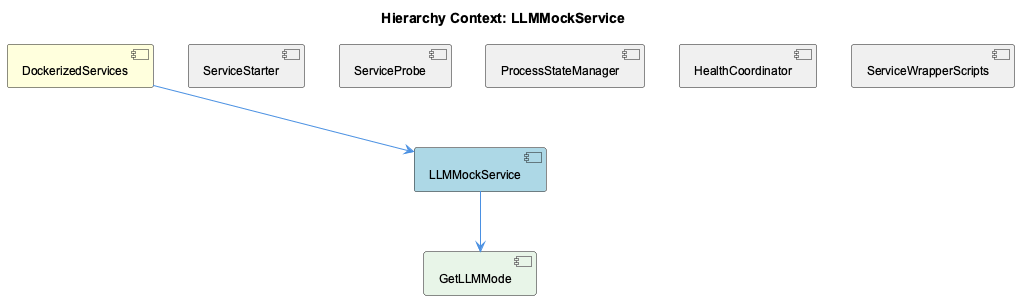
This is knowledge-management/insights/images/llmmock-service-relationship.png from fwornle/coding, a PlantUML export, as it was before one commit. Source of this version:
```plantuml
@startuml
!include _standard-style.puml

title Hierarchy Context: LLMMockService

[DockerizedServices] as dockerized_services #FFFFDD
[LLMMockService] as llmmock_service #LightBlue
[ServiceStarter] as service_starter #F0F0F0
[ServiceProbe] as service_probe #F0F0F0
[ProcessStateManager] as process_state_manager #F0F0F0
[HealthCoordinator] as health_coordinator #F0F0F0
[ServiceWrapperScripts] as service_wrapper_scripts #F0F0F0
[GetLLMMode] as get_llmmode #E8F5E8

dockerized_services --> llmmock_service
service_starter -[hidden]- llmmock_service
service_probe -[hidden]- llmmock_service
process_state_manager -[hidden]- llmmock_service
health_coordinator -[hidden]- llmmock_service
service_wrapper_scripts -[hidden]- llmmock_service
llmmock_service --> get_llmmode

@enduml
```
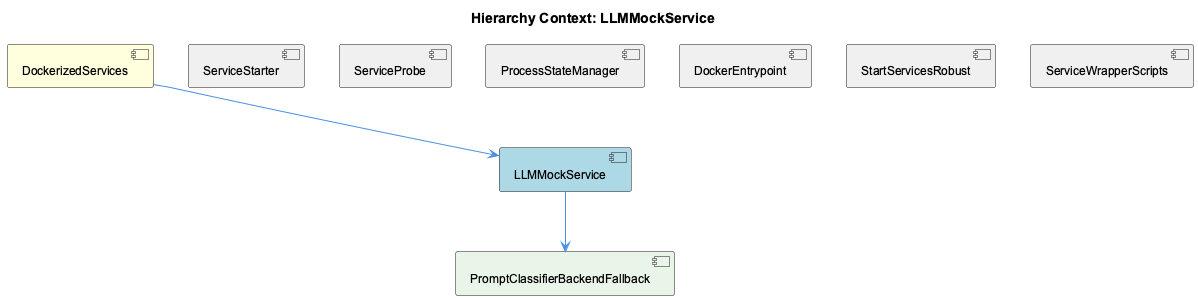
The same diagram one commit later.

Diff of the diagram source:
```diff
@@ -8,16 +8,18 @@
 [ServiceStarter] as service_starter #F0F0F0
 [ServiceProbe] as service_probe #F0F0F0
 [ProcessStateManager] as process_state_manager #F0F0F0
-[HealthCoordinator] as health_coordinator #F0F0F0
+[DockerEntrypoint] as docker_entrypoint #F0F0F0
+[StartServicesRobust] as start_services_robust #F0F0F0
 [ServiceWrapperScripts] as service_wrapper_scripts #F0F0F0
-[GetLLMMode] as get_llmmode #E8F5E8
+[PromptClassifierBackendFallback] as prompt_classifier_backend_fallback #E8F5E8
 
 dockerized_services --> llmmock_service
 service_starter -[hidden]- llmmock_service
 service_probe -[hidden]- llmmock_service
 process_state_manager -[hidden]- llmmock_service
-health_coordinator -[hidden]- llmmock_service
+docker_entrypoint -[hidden]- llmmock_service
+start_services_robust -[hidden]- llmmock_service
 service_wrapper_scripts -[hidden]- llmmock_service
-llmmock_service --> get_llmmode
+llmmock_service --> prompt_classifier_backend_fallback
 
 @enduml
```
